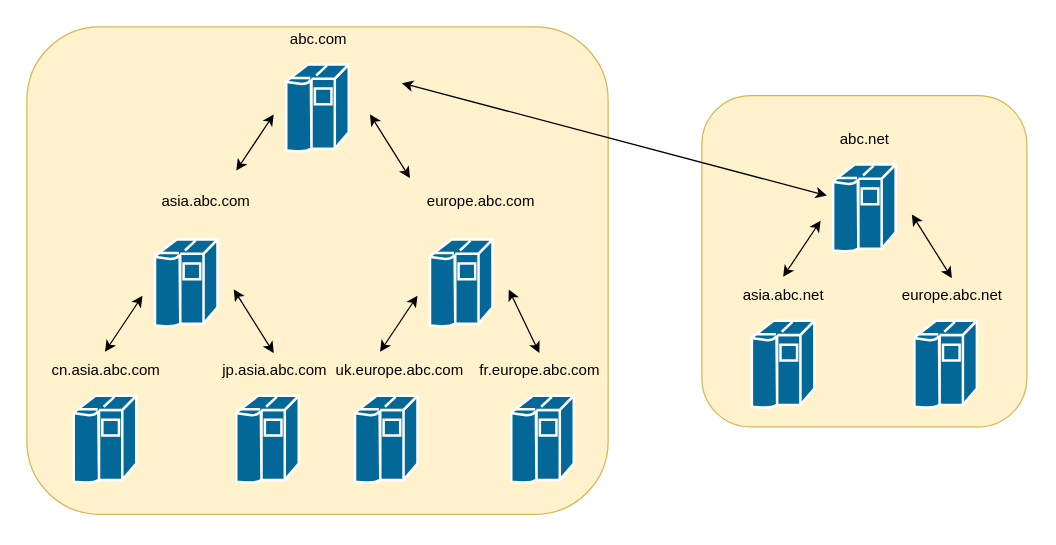
Earlier version of the draw.io diagram assets/img/Integrated/Windows/笔记/域/5.drawio (ffffffff0x/1earn). Source tidied: cells renumbered, new cells numbered last; positions are measured from the earlier drawing's top-left corner, leaving out a move shared by most shapes. Both pictures are drawn from the tidied source at 125%, with x=0, y=0 at pixel (26, 26).
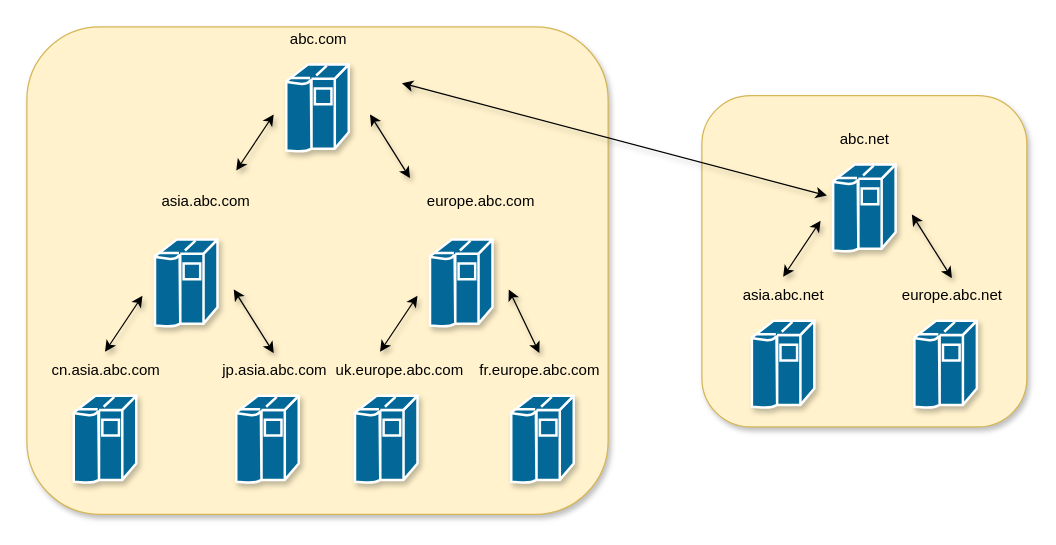
Above is the later version.

Change to the diagram source:
```diff
@@
-    <mxCell id="2" style="rounded=1;whiteSpace=wrap;html=1;fillColor=#fff2cc;strokeColor=#d6b656;" parent="1" vertex="1">
+    <mxCell id="2" style="rounded=1;whiteSpace=wrap;html=1;fillColor=#fff2cc;strokeColor=#d6b656;shadow=1;" parent="1" vertex="1">
       <mxGeometry width="465" height="390" as="geometry" />
     </mxCell>
-    <mxCell id="3" style="shape=mxgraph.cisco.computers_and_peripherals.ibm_mainframe;html=1;dashed=0;fillColor=#036897;strokeColor=#ffffff;strokeWidth=2;verticalLabelPosition=bottom;verticalAlign=top;align=center;" parent="1" vertex="1">
+    <mxCell id="3" style="shape=mxgraph.cisco.computers_and_peripherals.ibm_mainframe;html=1;dashed=0;fillColor=#036897;strokeColor=#ffffff;strokeWidth=2;verticalLabelPosition=bottom;verticalAlign=top;align=center;shadow=1;" parent="1" vertex="1">
       <mxGeometry x="207.5" y="30" width="50" height="70" as="geometry" />
     </mxCell>
-    <mxCell id="4" value="abc.com" style="text;html=1;align=center;verticalAlign=middle;" parent="1" vertex="1">
+    <mxCell id="4" value="abc.com" style="text;html=1;align=center;verticalAlign=middle;shadow=1;" parent="1" vertex="1">
       <mxGeometry x="202.5" width="60" height="20" as="geometry" />
     </mxCell>
-    <mxCell id="5" style="shape=mxgraph.cisco.computers_and_peripherals.ibm_mainframe;html=1;dashed=0;fillColor=#036897;strokeColor=#ffffff;strokeWidth=2;verticalLabelPosition=bottom;verticalAlign=top;align=center;" parent="1" vertex="1">
+    <mxCell id="5" style="shape=mxgraph.cisco.computers_and_peripherals.ibm_mainframe;html=1;dashed=0;fillColor=#036897;strokeColor=#ffffff;strokeWidth=2;verticalLabelPosition=bottom;verticalAlign=top;align=center;shadow=1;" parent="1" vertex="1">
       <mxGeometry x="102.5" y="170" width="50" height="70" as="geometry" />
     </mxCell>
-    <mxCell id="6" value="asia.abc.com" style="text;html=1;align=center;verticalAlign=middle;" parent="1" vertex="1">
+    <mxCell id="6" value="asia.abc.com" style="text;html=1;align=center;verticalAlign=middle;shadow=1;" parent="1" vertex="1">
       <mxGeometry x="97.5" y="130" width="90" height="20" as="geometry" />
     </mxCell>
-    <mxCell id="7" style="shape=mxgraph.cisco.computers_and_peripherals.ibm_mainframe;html=1;dashed=0;fillColor=#036897;strokeColor=#ffffff;strokeWidth=2;verticalLabelPosition=bottom;verticalAlign=top;align=center;" parent="1" vertex="1">
+    <mxCell id="7" style="shape=mxgraph.cisco.computers_and_peripherals.ibm_mainframe;html=1;dashed=0;fillColor=#036897;strokeColor=#ffffff;strokeWidth=2;verticalLabelPosition=bottom;verticalAlign=top;align=center;shadow=1;" parent="1" vertex="1">
       <mxGeometry x="37.5" y="295" width="50" height="70" as="geometry" />
     </mxCell>
-    <mxCell id="8" value="cn.asia.abc.com" style="text;html=1;align=center;verticalAlign=middle;" parent="1" vertex="1">
+    <mxCell id="8" value="cn.asia.abc.com" style="text;html=1;align=center;verticalAlign=middle;shadow=1;" parent="1" vertex="1">
       <mxGeometry x="12.5" y="265" width="100" height="20" as="geometry" />
     </mxCell>
-    <mxCell id="9" style="shape=mxgraph.cisco.computers_and_peripherals.ibm_mainframe;html=1;dashed=0;fillColor=#036897;strokeColor=#ffffff;strokeWidth=2;verticalLabelPosition=bottom;verticalAlign=top;align=center;" parent="1" vertex="1">
+    <mxCell id="9" style="shape=mxgraph.cisco.computers_and_peripherals.ibm_mainframe;html=1;dashed=0;fillColor=#036897;strokeColor=#ffffff;strokeWidth=2;verticalLabelPosition=bottom;verticalAlign=top;align=center;shadow=1;" parent="1" vertex="1">
       <mxGeometry x="167.5" y="295" width="50" height="70" as="geometry" />
     </mxCell>
-    <mxCell id="10" value="jp.asia.abc.com" style="text;html=1;align=center;verticalAlign=middle;points=[];" parent="1" vertex="1">
+    <mxCell id="10" value="jp.asia.abc.com" style="text;html=1;align=center;verticalAlign=middle;points=[];shadow=1;" parent="1" vertex="1">
       <mxGeometry x="147.5" y="265" width="100" height="20" as="geometry" />
     </mxCell>
-    <mxCell id="11" style="endArrow=classic;startArrow=classic;html=1;" parent="1" edge="1">
+    <mxCell id="11" style="endArrow=classic;startArrow=classic;html=1;shadow=1;" parent="1" edge="1">
       <mxGeometry relative="1" as="geometry">
         <mxPoint x="62.5" y="260" as="sourcePoint" />
         <mxPoint x="92.5" y="215" as="targetPoint" />
       </mxGeometry>
     </mxCell>
-    <mxCell id="12" style="endArrow=classic;startArrow=classic;html=1;entryX=0.5;entryY=-0.2;entryDx=0;entryDy=0;entryPerimeter=0;" parent="1" edge="1" target="10">
+    <mxCell id="12" style="endArrow=classic;startArrow=classic;html=1;entryX=0.5;entryY=-0.2;entryDx=0;entryDy=0;entryPerimeter=0;shadow=1;" parent="1" edge="1" target="10">
       <mxGeometry relative="1" as="geometry">
         <mxPoint x="165.5" y="210" as="sourcePoint" />
       </mxGeometry>
     </mxCell>
-    <mxCell id="13" style="endArrow=classic;startArrow=classic;html=1;" parent="1" edge="1">
+    <mxCell id="13" style="endArrow=classic;startArrow=classic;html=1;shadow=1;" parent="1" edge="1">
       <mxGeometry relative="1" as="geometry">
         <mxPoint x="167.5" y="115" as="sourcePoint" />
         <mxPoint x="197.5" y="70" as="targetPoint" />
       </mxGeometry>
     </mxCell>
-    <mxCell id="14" style="shape=mxgraph.cisco.computers_and_peripherals.ibm_mainframe;html=1;dashed=0;fillColor=#036897;strokeColor=#ffffff;strokeWidth=2;verticalLabelPosition=bottom;verticalAlign=top;align=center;" parent="1" vertex="1">
+    <mxCell id="14" style="shape=mxgraph.cisco.computers_and_peripherals.ibm_mainframe;html=1;dashed=0;fillColor=#036897;strokeColor=#ffffff;strokeWidth=2;verticalLabelPosition=bottom;verticalAlign=top;align=center;shadow=1;" parent="1" vertex="1">
       <mxGeometry x="322.5" y="170" width="50" height="70" as="geometry" />
     </mxCell>
-    <mxCell id="15" value="europe.abc.com" style="text;html=1;align=center;verticalAlign=middle;" parent="1" vertex="1">
+    <mxCell id="15" value="europe.abc.com" style="text;html=1;align=center;verticalAlign=middle;shadow=1;" parent="1" vertex="1">
       <mxGeometry x="312.5" y="130" width="100" height="20" as="geometry" />
     </mxCell>
-    <mxCell id="16" style="shape=mxgraph.cisco.computers_and_peripherals.ibm_mainframe;html=1;dashed=0;fillColor=#036897;strokeColor=#ffffff;strokeWidth=2;verticalLabelPosition=bottom;verticalAlign=top;align=center;" parent="1" vertex="1">
+    <mxCell id="16" style="shape=mxgraph.cisco.computers_and_peripherals.ibm_mainframe;html=1;dashed=0;fillColor=#036897;strokeColor=#ffffff;strokeWidth=2;verticalLabelPosition=bottom;verticalAlign=top;align=center;shadow=1;" parent="1" vertex="1">
       <mxGeometry x="262.5" y="295" width="50" height="70" as="geometry" />
     </mxCell>
-    <mxCell id="17" value="uk.europe.abc.com" style="text;html=1;align=center;verticalAlign=middle;" parent="1" vertex="1">
+    <mxCell id="17" value="uk.europe.abc.com" style="text;html=1;align=center;verticalAlign=middle;shadow=1;" parent="1" vertex="1">
       <mxGeometry x="237.5" y="265" width="120" height="20" as="geometry" />
     </mxCell>
-    <mxCell id="18" style="shape=mxgraph.cisco.computers_and_peripherals.ibm_mainframe;html=1;dashed=0;fillColor=#036897;strokeColor=#ffffff;strokeWidth=2;verticalLabelPosition=bottom;verticalAlign=top;align=center;" parent="1" vertex="1">
+    <mxCell id="18" style="shape=mxgraph.cisco.computers_and_peripherals.ibm_mainframe;html=1;dashed=0;fillColor=#036897;strokeColor=#ffffff;strokeWidth=2;verticalLabelPosition=bottom;verticalAlign=top;align=center;shadow=1;" parent="1" vertex="1">
       <mxGeometry x="387.5" y="295" width="50" height="70" as="geometry" />
     </mxCell>
-    <mxCell id="19" value="fr.europe.abc.com" style="text;html=1;align=center;verticalAlign=middle;points=[];" parent="1" vertex="1">
+    <mxCell id="19" value="fr.europe.abc.com" style="text;html=1;align=center;verticalAlign=middle;points=[];shadow=1;" parent="1" vertex="1">
       <mxGeometry x="355" y="265" width="110" height="20" as="geometry" />
     </mxCell>
-    <mxCell id="20" style="endArrow=classic;startArrow=classic;html=1;" parent="1" edge="1">
+    <mxCell id="20" style="endArrow=classic;startArrow=classic;html=1;shadow=1;" parent="1" edge="1">
       <mxGeometry relative="1" as="geometry">
         <mxPoint x="282.5" y="260" as="sourcePoint" />
         <mxPoint x="312.5" y="215" as="targetPoint" />
       </mxGeometry>
     </mxCell>
-    <mxCell id="21" style="endArrow=classic;startArrow=classic;html=1;entryX=0.5;entryY=-0.2;entryDx=0;entryDy=0;entryPerimeter=0;" parent="1" edge="1" target="19">
+    <mxCell id="21" style="endArrow=classic;startArrow=classic;html=1;entryX=0.5;entryY=-0.2;entryDx=0;entryDy=0;entryPerimeter=0;shadow=1;" parent="1" edge="1" target="19">
       <mxGeometry relative="1" as="geometry">
         <mxPoint x="385.5" y="210" as="sourcePoint" />
       </mxGeometry>
     </mxCell>
-    <mxCell id="22" style="endArrow=classic;startArrow=classic;html=1;entryX=0.5;entryY=-0.2;entryDx=0;entryDy=0;entryPerimeter=0;" parent="1" edge="1">
+    <mxCell id="22" style="endArrow=classic;startArrow=classic;html=1;entryX=0.5;entryY=-0.2;entryDx=0;entryDy=0;entryPerimeter=0;shadow=1;" parent="1" edge="1">
       <mxGeometry relative="1" as="geometry">
         <mxPoint x="274.5" y="70" as="sourcePoint" />
         <mxPoint x="306.5" y="121" as="targetPoint" />
       </mxGeometry>
     </mxCell>
-    <mxCell id="23" style="rounded=1;whiteSpace=wrap;html=1;fillColor=#fff2cc;strokeColor=#d6b656;" parent="1" vertex="1">
+    <mxCell id="23" style="rounded=1;whiteSpace=wrap;html=1;fillColor=#fff2cc;strokeColor=#d6b656;shadow=1;" parent="1" vertex="1">
       <mxGeometry x="540" y="55" width="260" height="265" as="geometry" />
     </mxCell>
-    <mxCell id="24" style="shape=mxgraph.cisco.computers_and_peripherals.ibm_mainframe;html=1;dashed=0;fillColor=#036897;strokeColor=#ffffff;strokeWidth=2;verticalLabelPosition=bottom;verticalAlign=top;align=center;" parent="1" vertex="1">
+    <mxCell id="24" style="shape=mxgraph.cisco.computers_and_peripherals.ibm_mainframe;html=1;dashed=0;fillColor=#036897;strokeColor=#ffffff;strokeWidth=2;verticalLabelPosition=bottom;verticalAlign=top;align=center;shadow=1;" parent="1" vertex="1">
       <mxGeometry x="645" y="110" width="50" height="70" as="geometry" />
     </mxCell>
-    <mxCell id="25" value="abc.net" style="text;html=1;align=center;verticalAlign=middle;" parent="1" vertex="1">
+    <mxCell id="25" value="abc.net" style="text;html=1;align=center;verticalAlign=middle;shadow=1;" parent="1" vertex="1">
       <mxGeometry x="645" y="80" width="50" height="20" as="geometry" />
     </mxCell>
-    <mxCell id="26" style="shape=mxgraph.cisco.computers_and_peripherals.ibm_mainframe;html=1;dashed=0;fillColor=#036897;strokeColor=#ffffff;strokeWidth=2;verticalLabelPosition=bottom;verticalAlign=top;align=center;" parent="1" vertex="1">
+    <mxCell id="26" style="shape=mxgraph.cisco.computers_and_peripherals.ibm_mainframe;html=1;dashed=0;fillColor=#036897;strokeColor=#ffffff;strokeWidth=2;verticalLabelPosition=bottom;verticalAlign=top;align=center;shadow=1;" parent="1" vertex="1">
       <mxGeometry x="580" y="235" width="50" height="70" as="geometry" />
     </mxCell>
-    <mxCell id="27" value="asia.abc.net" style="text;html=1;align=center;verticalAlign=middle;" parent="1" vertex="1">
+    <mxCell id="27" value="asia.abc.net" style="text;html=1;align=center;verticalAlign=middle;shadow=1;" parent="1" vertex="1">
       <mxGeometry x="565" y="205" width="80" height="20" as="geometry" />
     </mxCell>
-    <mxCell id="28" style="shape=mxgraph.cisco.computers_and_peripherals.ibm_mainframe;html=1;dashed=0;fillColor=#036897;strokeColor=#ffffff;strokeWidth=2;verticalLabelPosition=bottom;verticalAlign=top;align=center;" parent="1" vertex="1">
+    <mxCell id="28" style="shape=mxgraph.cisco.computers_and_peripherals.ibm_mainframe;html=1;dashed=0;fillColor=#036897;strokeColor=#ffffff;strokeWidth=2;verticalLabelPosition=bottom;verticalAlign=top;align=center;shadow=1;" parent="1" vertex="1">
       <mxGeometry x="710" y="235" width="50" height="70" as="geometry" />
     </mxCell>
-    <mxCell id="29" value="europe.abc.net" style="text;html=1;align=center;verticalAlign=middle;points=[];" parent="1" vertex="1">
+    <mxCell id="29" value="europe.abc.net" style="text;html=1;align=center;verticalAlign=middle;points=[];shadow=1;" parent="1" vertex="1">
       <mxGeometry x="690" y="205" width="100" height="20" as="geometry" />
     </mxCell>
-    <mxCell id="30" style="endArrow=classic;startArrow=classic;html=1;" parent="1" edge="1">
+    <mxCell id="30" style="endArrow=classic;startArrow=classic;html=1;shadow=1;" parent="1" edge="1">
       <mxGeometry relative="1" as="geometry">
         <mxPoint x="605" y="200" as="sourcePoint" />
         <mxPoint x="635" y="155" as="targetPoint" />
       </mxGeometry>
     </mxCell>
-    <mxCell id="31" style="endArrow=classic;startArrow=classic;html=1;entryX=0.5;entryY=-0.2;entryDx=0;entryDy=0;entryPerimeter=0;" parent="1" edge="1" target="29">
+    <mxCell id="31" style="endArrow=classic;startArrow=classic;html=1;entryX=0.5;entryY=-0.2;entryDx=0;entryDy=0;entryPerimeter=0;shadow=1;" parent="1" edge="1" target="29">
       <mxGeometry relative="1" as="geometry">
         <mxPoint x="708" y="150" as="sourcePoint" />
       </mxGeometry>
     </mxCell>
-    <mxCell id="32" style="endArrow=classic;startArrow=classic;html=1;" parent="1" edge="1">
+    <mxCell id="32" style="endArrow=classic;startArrow=classic;html=1;shadow=1;" parent="1" edge="1">
       <mxGeometry relative="1" as="geometry">
         <mxPoint x="300" y="45" as="sourcePoint" />
         <mxPoint x="640" y="135" as="targetPoint" />
       </mxGeometry>
     </mxCell>
```
